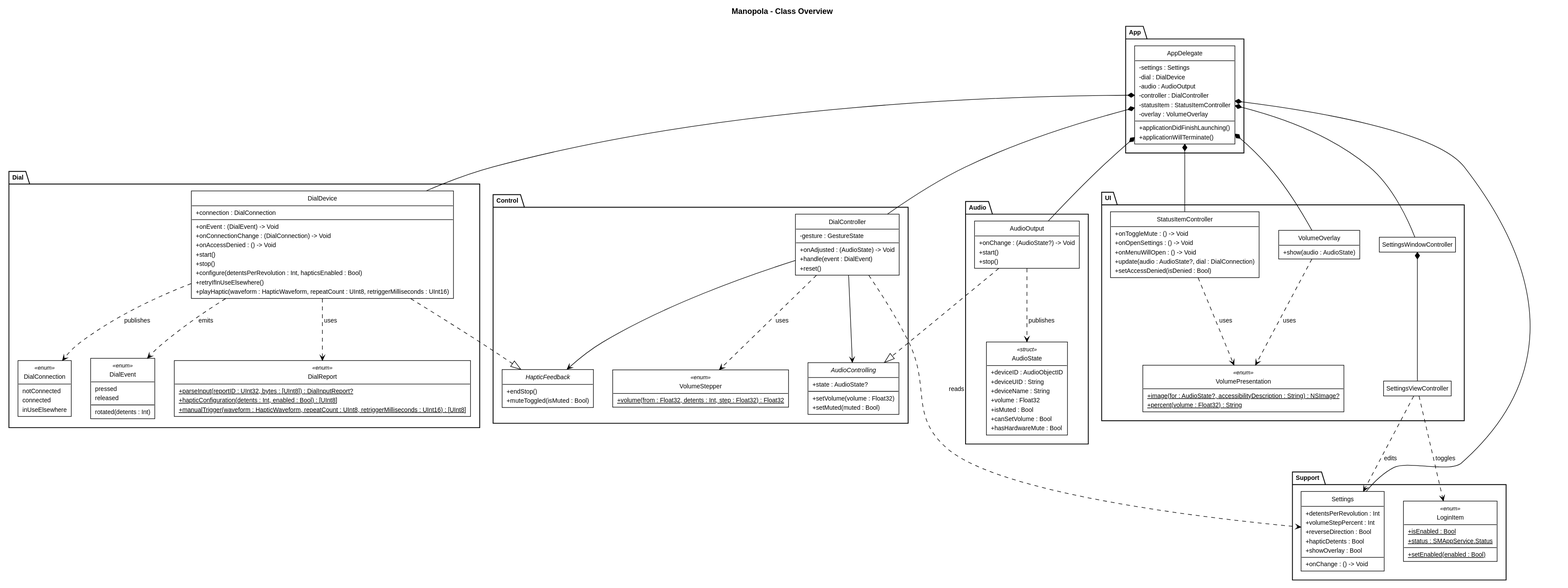
Above: docs/diagrams/class-overview.svg in heikopanjas/feel-the-noize (PlantUML), before the change.
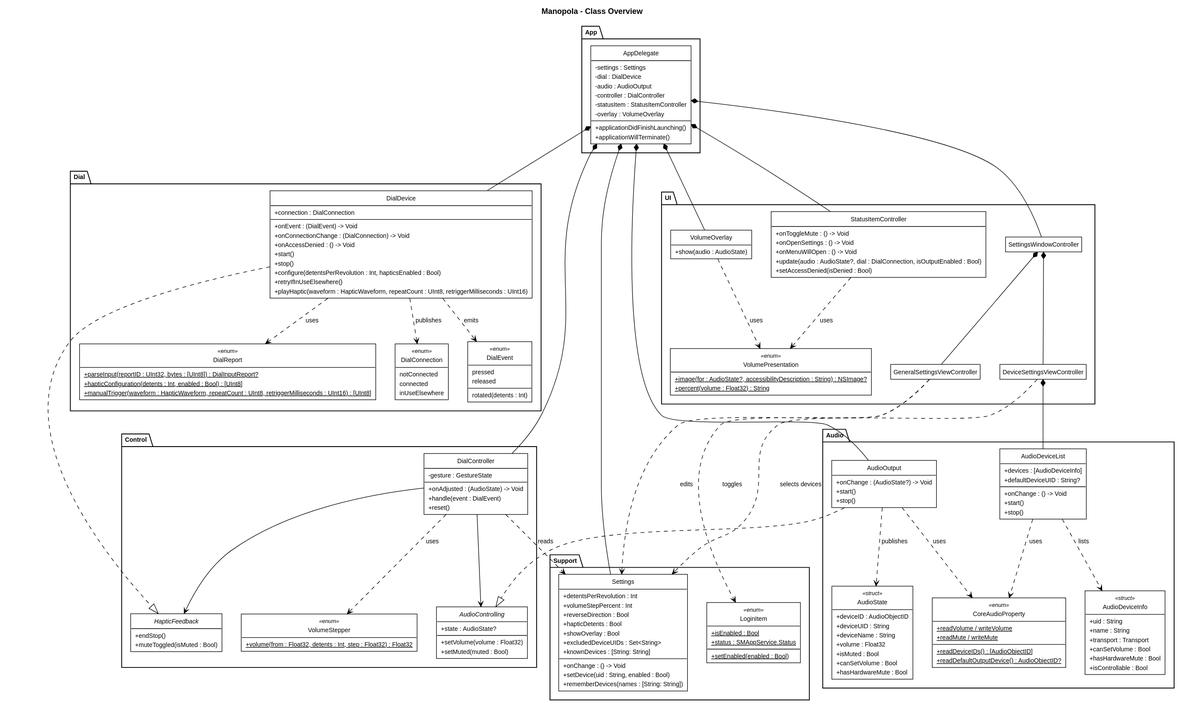
Later version of the same file.

Diff of the diagram source:
```diff
@@ -67,6 +67,27 @@
 }
 
 package "Audio" {
+    class AudioDeviceList {
+        + devices : [AudioDeviceInfo]
+        + defaultDeviceUID : String?
+        + onChange : () -> Void
+        + start()
+        + stop()
+    }
+    class AudioDeviceInfo <<struct>> {
+        + uid : String
+        + name : String
+        + transport : Transport
+        + canSetVolume : Bool
+        + hasHardwareMute : Bool
+        + isControllable : Bool
+    }
+    class CoreAudioProperty <<enum>> {
+        + {static} readDeviceIDs() : [AudioObjectID]
+        + {static} readDefaultOutputDevice() : AudioObjectID?
+        + {static} readVolume / writeVolume
+        + {static} readMute / writeMute
+    }
     class AudioOutput {
         + onChange : (AudioState?) -> Void
         + start()
@@ -88,7 +109,7 @@
         + onToggleMute : () -> Void
         + onOpenSettings : () -> Void
         + onMenuWillOpen : () -> Void
-        + update(audio : AudioState?, dial : DialConnection)
+        + update(audio : AudioState?, dial : DialConnection, isOutputEnabled : Bool)
         + setAccessDenied(isDenied : Bool)
     }
     class VolumePresentation <<enum>> {
@@ -99,7 +120,8 @@
         + show(audio : AudioState)
     }
     class SettingsWindowController
-    class SettingsViewController
+    class GeneralSettingsViewController
+    class DeviceSettingsViewController
 }
 
 package "Support" {
@@ -109,7 +131,11 @@
         + reverseDirection : Bool
         + hapticDetents : Bool
         + showOverlay : Bool
+        + excludedDeviceUIDs : Set<String>
+        + knownDevices : [String: String]
         + onChange : () -> Void
+        + setDevice(uid : String, enabled : Bool)
+        + rememberDevices(names : [String: String])
     }
     class LoginItem <<enum>> {
         + {static} isEnabled : Bool
@@ -140,7 +166,13 @@
 StatusItemController ..> VolumePresentation : uses
 VolumeOverlay ..> VolumePresentation : uses
 AppDelegate *-- SettingsWindowController
-SettingsWindowController *-- SettingsViewController
-SettingsViewController ..> Settings : edits
-SettingsViewController ..> LoginItem : toggles
+SettingsWindowController *-- GeneralSettingsViewController
+SettingsWindowController *-- DeviceSettingsViewController
+GeneralSettingsViewController ..> Settings : edits
+GeneralSettingsViewController ..> LoginItem : toggles
+DeviceSettingsViewController *-- AudioDeviceList
+DeviceSettingsViewController ..> Settings : selects devices
+AudioDeviceList ..> AudioDeviceInfo : lists
+AudioOutput ..> CoreAudioProperty : uses
+AudioDeviceList ..> CoreAudioProperty : uses
 @enduml
```
